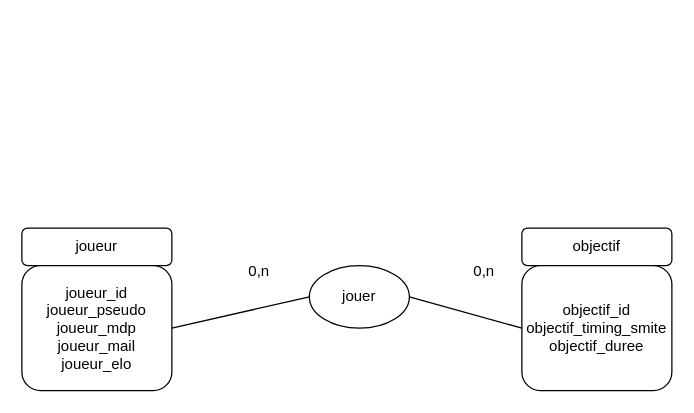
Above: Untitled Diagram.drawio in 402rayan/Pop_smite (draw.io), before the change. Source tidied: cells renumbered, new cells numbered last; positions are measured from the earlier drawing's top-left corner, leaving out a move shared by most shapes. Both pictures are drawn from the tidied source at 125%, with x=0, y=0 at pixel (21, 228).
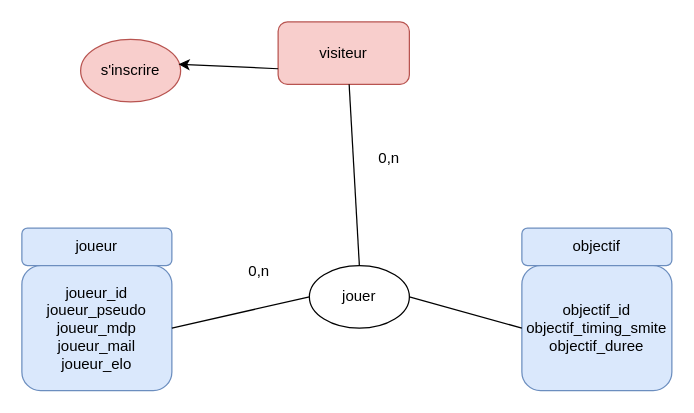
The same page after the edit.

What changed in the source:
```diff
@@
 <mxGraphModel>
   <root>
     <mxCell id="0" />
     <mxCell id="1" parent="0" />
-    <mxCell id="2" value="joueur" style="rounded=1;whiteSpace=wrap;html=1;" parent="1" vertex="1">
+    <mxCell id="2" value="joueur" style="rounded=1;whiteSpace=wrap;html=1;fillColor=#dae8fc;strokeColor=#6c8ebf;" parent="1" vertex="1">
       <mxGeometry width="120" height="30" as="geometry" />
     </mxCell>
-    <mxCell id="3" value="joueur_id&lt;br&gt;joueur_pseudo&lt;br&gt;joueur_mdp&lt;br&gt;joueur_mail&lt;br&gt;joueur_elo" style="rounded=1;whiteSpace=wrap;html=1;" parent="1" vertex="1">
+    <mxCell id="3" value="joueur_id&lt;br&gt;joueur_pseudo&lt;br&gt;joueur_mdp&lt;br&gt;joueur_mail&lt;br&gt;joueur_elo" style="rounded=1;whiteSpace=wrap;html=1;fillColor=#dae8fc;strokeColor=#6c8ebf;" parent="1" vertex="1">
       <mxGeometry y="30" width="120" height="100" as="geometry" />
     </mxCell>
-    <mxCell id="4" value="objectif" style="rounded=1;whiteSpace=wrap;html=1;" parent="1" vertex="1">
+    <mxCell id="4" value="objectif" style="rounded=1;whiteSpace=wrap;html=1;fillColor=#dae8fc;strokeColor=#6c8ebf;" parent="1" vertex="1">
       <mxGeometry x="400" width="120" height="30" as="geometry" />
     </mxCell>
-    <mxCell id="5" value="objectif_id&lt;br&gt;objectif_timing_smite&lt;br&gt;objectif_duree" style="rounded=1;whiteSpace=wrap;html=1;" parent="1" vertex="1">
+    <mxCell id="5" value="objectif_id&lt;br&gt;objectif_timing_smite&lt;br&gt;objectif_duree" style="rounded=1;whiteSpace=wrap;html=1;fillColor=#dae8fc;strokeColor=#6c8ebf;" parent="1" vertex="1">
       <mxGeometry x="400" y="30" width="120" height="100" as="geometry" />
     </mxCell>
     <mxCell id="6" value="jouer" style="ellipse;whiteSpace=wrap;html=1;" parent="1" vertex="1">
       <mxGeometry x="230" y="30" width="80" height="50" as="geometry" />
     </mxCell>
     <mxCell id="7" style="endArrow=none;html=1;rounded=0;exitX=1;exitY=0.5;exitDx=0;exitDy=0;entryX=0;entryY=0.5;entryDx=0;entryDy=0;" parent="1" edge="1" source="3" target="6">
       <mxGeometry relative="1" as="geometry" />
     </mxCell>
     <mxCell id="8" style="endArrow=none;html=1;rounded=0;exitX=1;exitY=0.5;exitDx=0;exitDy=0;entryX=0;entryY=0.5;entryDx=0;entryDy=0;" parent="1" edge="1" source="6" target="5">
       <mxGeometry relative="1" as="geometry" />
     </mxCell>
     <mxCell id="9" value="0,n" style="text;html=1;strokeColor=none;fillColor=none;align=center;verticalAlign=middle;whiteSpace=wrap;rounded=0;" parent="1" vertex="1">
       <mxGeometry x="160" y="20" width="60" height="30" as="geometry" />
     </mxCell>
     <mxCell id="10" value="0,n" style="text;html=1;strokeColor=none;fillColor=none;align=center;verticalAlign=middle;whiteSpace=wrap;rounded=0;" parent="1" vertex="1">
-      <mxGeometry x="340" y="20" width="60" height="30" as="geometry" />
+      <mxGeometry x="264" y="-71" width="60" height="30" as="geometry" />
     </mxCell>
+    <mxCell id="11" value="visiteur" style="rounded=1;whiteSpace=wrap;html=1;fillColor=#f8cecc;strokeColor=#b85450;" parent="1" vertex="1">
+      <mxGeometry x="205" y="-165" width="105" height="50" as="geometry" />
+    </mxCell>
+    <mxCell id="12" value="s'inscrire" style="ellipse;whiteSpace=wrap;html=1;fillColor=#f8cecc;strokeColor=#b85450;" parent="1" vertex="1">
+      <mxGeometry x="47" y="-151" width="80" height="50" as="geometry" />
+    </mxCell>
+    <mxCell id="13" style="endArrow=none;html=1;rounded=0;exitX=0.541;exitY=0.997;exitDx=0;exitDy=0;entryX=0.5;entryY=0;entryDx=0;entryDy=0;exitPerimeter=0;" parent="1" edge="1" source="11" target="6">
+      <mxGeometry relative="1" as="geometry" />
+    </mxCell>
+    <mxCell id="14" style="endArrow=classic;html=1;rounded=0;entryX=0.979;entryY=0.397;entryDx=0;entryDy=0;entryPerimeter=0;exitX=0;exitY=0.75;exitDx=0;exitDy=0;" parent="1" edge="1" source="11" target="12">
+      <mxGeometry relative="1" as="geometry" />
+    </mxCell>
   </root>
 </mxGraphModel>
```
